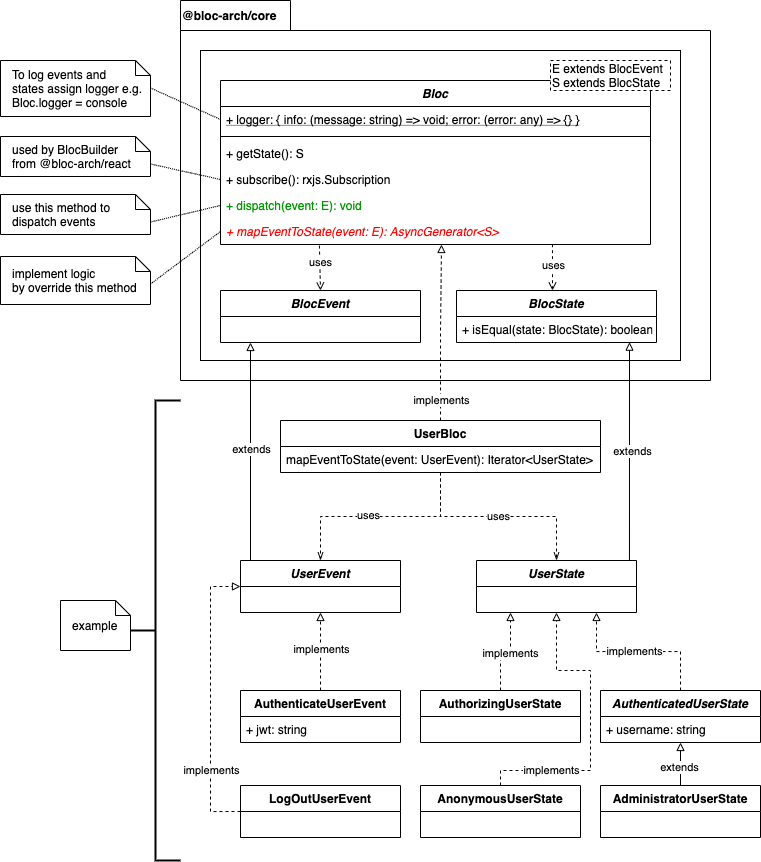
kasperski95/bloc-arch--core keeps this draw.io diagram as documentation/bloc.png. Above is the earlier version. Source tidied: cells renumbered, new cells last; positions are measured from the earlier drawing's top-left corner, leaving out a move shared by most shapes.
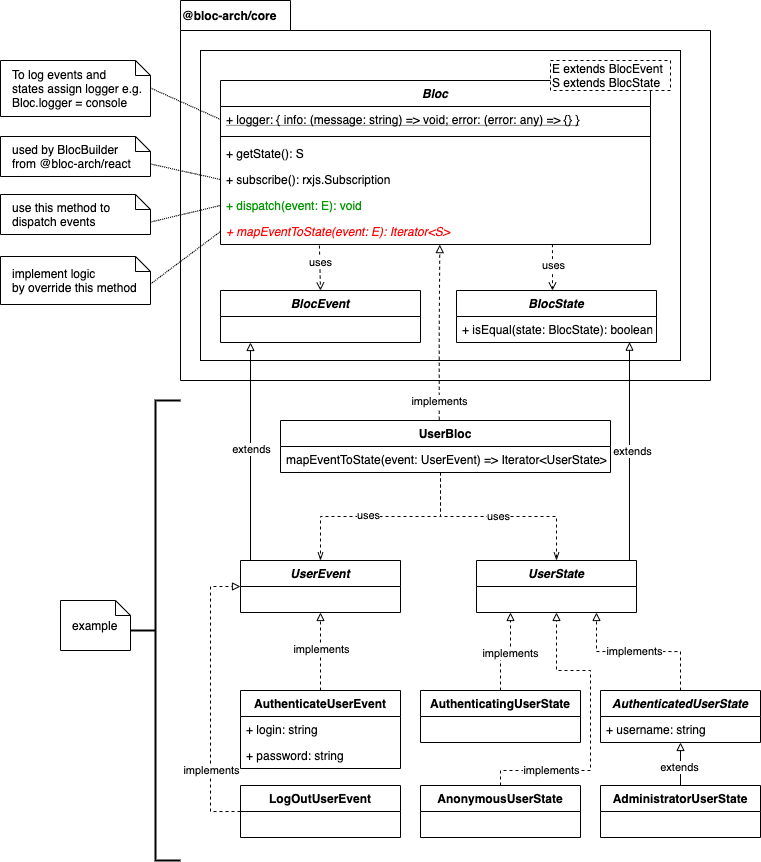
The same diagram one commit later.

The edit, as a diff of the source:
```diff
@@ -46,7 +46,7 @@
     <mxCell id="13" value="+ dispatch(event: E): void" style="text;strokeColor=none;fillColor=none;align=left;verticalAlign=top;spacingLeft=4;spacingRight=4;overflow=hidden;points=[[0,0.5],[1,0.5]];portConstraint=eastwest;fontColor=#009900;" parent="8" vertex="1">
       <mxGeometry y="112" width="430" height="26" as="geometry" />
     </mxCell>
-    <mxCell id="14" value="+ mapEventToState(event: E): AsyncGenerator&lt;S&gt;" style="text;strokeColor=none;fillColor=none;align=left;verticalAlign=top;spacingLeft=4;spacingRight=4;overflow=hidden;points=[[0,0.5],[1,0.5]];portConstraint=eastwest;fontStyle=2;fontColor=#FF0000;" parent="8" vertex="1">
+    <mxCell id="14" value="+ mapEventToState(event: E): Iterator&lt;S&gt;" style="text;strokeColor=none;fillColor=none;align=left;verticalAlign=top;spacingLeft=4;spacingRight=4;overflow=hidden;points=[[0,0.5],[1,0.5]];portConstraint=eastwest;fontStyle=2;fontColor=#FF0000;" parent="8" vertex="1">
       <mxGeometry y="138" width="430" height="26" as="geometry" />
     </mxCell>
     <mxCell id="15" value="E extends BlocEvent&lt;br&gt;S extends BlocState" style="html=1;dashed=1;align=left;" parent="2" vertex="1">
@@ -73,10 +73,8 @@
     <mxCell id="22" value="implement logic&lt;br&gt;by override this method" style="shape=note;size=15;align=left;spacingLeft=10;html=1;whiteSpace=wrap;" parent="1" vertex="1">
       <mxGeometry y="256" width="150" height="48" as="geometry" />
     </mxCell>
-    <mxCell id="23" style="edgeStyle=orthogonalEdgeStyle;rounded=0;jettySize=auto;html=1;endArrow=block;endFill=0;fontColor=#000000;dashed=1;exitX=0.5;exitY=0;exitDx=0;exitDy=0;" parent="1" edge="1" source="28">
-      <mxGeometry relative="1" as="geometry">
-        <mxPoint x="441" y="244" as="targetPoint" />
-      </mxGeometry>
+    <mxCell id="23" style="edgeStyle=orthogonalEdgeStyle;rounded=0;jettySize=auto;html=1;endArrow=block;endFill=0;fontColor=#000000;dashed=1;exitX=0.481;exitY=-0.015;exitDx=0;exitDy=0;exitPerimeter=0;entryX=0.51;entryY=1.004;entryDx=0;entryDy=0;entryPerimeter=0;" parent="1" edge="1" source="28" target="14">
+      <mxGeometry relative="1" as="geometry" />
     </mxCell>
     <mxCell id="24" value="implements" style="edgeLabel;html=1;align=center;verticalAlign=middle;fontColor=#000000;" parent="23" vertex="1">
       <mxGeometry x="-0.22" y="-1" relative="1" as="geometry">
@@ -84,19 +82,29 @@
       </mxGeometry>
     </mxCell>
     <mxCell id="25" style="edgeStyle=orthogonalEdgeStyle;rounded=0;jettySize=auto;html=1;dashed=1;endArrow=openThin;endFill=0;fontColor=#000000;" parent="1" edge="1" source="28" target="33">
-      <mxGeometry relative="1" as="geometry" />
+      <mxGeometry relative="1" as="geometry">
+        <Array as="points">
+          <mxPoint x="440" y="516" />
+          <mxPoint x="320" y="516" />
+        </Array>
+      </mxGeometry>
     </mxCell>
     <mxCell id="26" value="uses" style="edgeLabel;html=1;align=center;verticalAlign=middle;fontColor=#000000;" parent="25" vertex="1">
       <mxGeometry x="0.12" y="-2" relative="1" as="geometry" />
     </mxCell>
     <mxCell id="27" value="uses" style="edgeStyle=orthogonalEdgeStyle;rounded=0;jettySize=auto;html=1;endArrow=openThin;endFill=0;fontColor=#000000;dashed=1;" parent="1" edge="1" source="28" target="30">
-      <mxGeometry relative="1" as="geometry" />
+      <mxGeometry relative="1" as="geometry">
+        <Array as="points">
+          <mxPoint x="440" y="516" />
+          <mxPoint x="556" y="516" />
+        </Array>
+      </mxGeometry>
     </mxCell>
     <mxCell id="28" value="UserBloc" style="swimlane;fontStyle=1;align=center;verticalAlign=top;horizontal=1;startSize=26;fontColor=#000000;" parent="1" vertex="1">
-      <mxGeometry x="280" y="420" width="320" height="52" as="geometry" />
+      <mxGeometry x="280" y="420" width="330" height="52" as="geometry" />
     </mxCell>
-    <mxCell id="29" value="mapEventToState(event: UserEvent): Iterator&lt;UserState&gt;" style="text;strokeColor=none;fillColor=none;align=left;verticalAlign=top;spacingLeft=4;spacingRight=4;overflow=hidden;" parent="28" vertex="1">
-      <mxGeometry y="26" width="320" height="26" as="geometry" />
+    <mxCell id="29" value="mapEventToState(event: UserEvent) =&gt; Iterator&lt;UserState&gt;" style="text;strokeColor=none;fillColor=none;align=left;verticalAlign=top;spacingLeft=4;spacingRight=4;overflow=hidden;" parent="28" vertex="1">
+      <mxGeometry y="26" width="330" height="26" as="geometry" />
     </mxCell>
     <mxCell id="30" value="UserState" style="swimlane;fontStyle=3;align=center;verticalAlign=top;horizontal=1;startSize=26;fontColor=#000000;" parent="1" vertex="1">
       <mxGeometry x="476" y="560" width="160" height="52" as="geometry" />
@@ -128,11 +136,14 @@
       <mxGeometry x="0.05" relative="1" as="geometry" />
     </mxCell>
     <mxCell id="38" value="AuthenticateUserEvent" style="swimlane;fontStyle=1;align=center;verticalAlign=top;horizontal=1;startSize=26;fontColor=#000000;" parent="1" vertex="1">
-      <mxGeometry x="240" y="690" width="160" height="52" as="geometry" />
+      <mxGeometry x="240" y="690" width="160" height="78" as="geometry" />
     </mxCell>
-    <mxCell id="39" value="+ jwt: string" style="text;strokeColor=none;fillColor=none;align=left;verticalAlign=top;spacingLeft=4;spacingRight=4;overflow=hidden;" parent="38" vertex="1">
+    <mxCell id="39" value="+ login: string" style="text;strokeColor=none;fillColor=none;align=left;verticalAlign=top;spacingLeft=4;spacingRight=4;overflow=hidden;" parent="38" vertex="1">
       <mxGeometry y="26" width="160" height="26" as="geometry" />
     </mxCell>
+    <mxCell id="62" value="+ password: string" style="text;strokeColor=none;fillColor=none;align=left;verticalAlign=top;spacingLeft=4;spacingRight=4;overflow=hidden;" parent="38" vertex="1">
+      <mxGeometry y="52" width="160" height="26" as="geometry" />
+    </mxCell>
     <mxCell id="40" style="edgeStyle=orthogonalEdgeStyle;rounded=0;jettySize=auto;html=1;endArrow=block;endFill=0;fontColor=#000000;dashed=1;" parent="1" edge="1" source="42">
       <mxGeometry relative="1" as="geometry">
         <mxPoint x="510" y="612" as="targetPoint" />
@@ -141,7 +152,7 @@
     <mxCell id="41" value="implements" style="edgeLabel;html=1;align=center;verticalAlign=middle;fontColor=#000000;" parent="40" vertex="1">
       <mxGeometry x="0.09" y="-1" relative="1" as="geometry" />
     </mxCell>
-    <mxCell id="42" value="AuthorizingUserState" style="swimlane;fontStyle=1;align=center;verticalAlign=top;horizontal=1;startSize=26;fontColor=#000000;" parent="1" vertex="1">
+    <mxCell id="42" value="AuthenticatingUserState" style="swimlane;fontStyle=1;align=center;verticalAlign=top;horizontal=1;startSize=26;fontColor=#000000;" parent="1" vertex="1">
       <mxGeometry x="420" y="690" width="160" height="52" as="geometry" />
     </mxCell>
     <mxCell id="43" style="edgeStyle=orthogonalEdgeStyle;rounded=0;jettySize=auto;html=1;entryX=0.75;entryY=1;entryDx=0;entryDy=0;dashed=1;endArrow=block;endFill=0;fontColor=#000000;" parent="1" edge="1" source="45" target="30">
```
